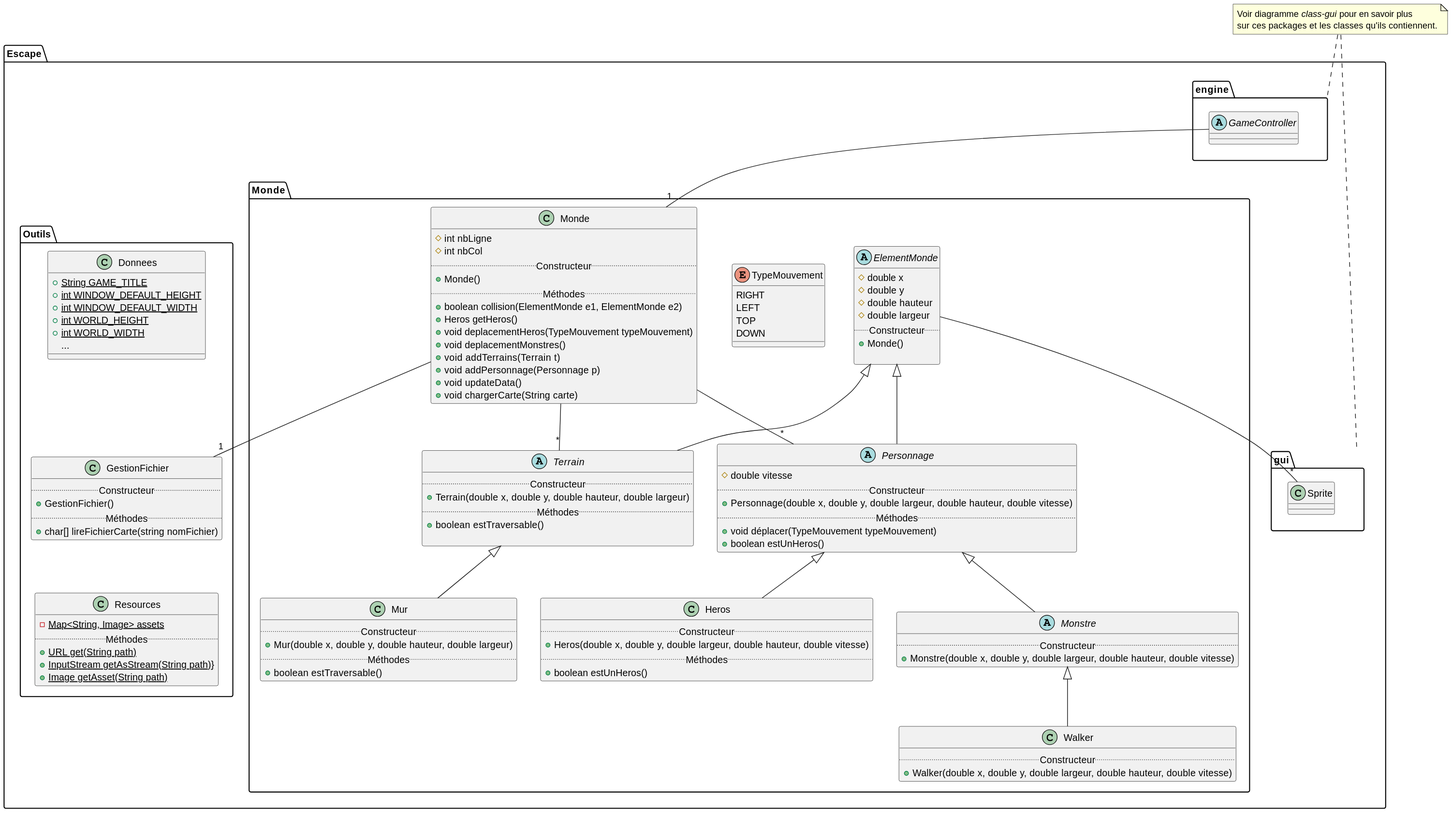
Earlier version of the PlantUML export docs/uml/class-diagram.svg (victord54/escape).
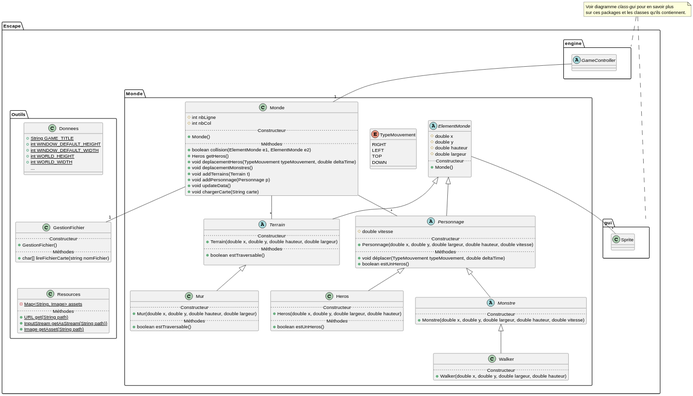
The same diagram one commit later.

Commit message:
changements diagramme de classe

The edit, as a diff of the source:
```diff
@@ -32,7 +32,7 @@
       ..Constructeur..
       + Personnage(double x, double y, double largeur, double hauteur, double vitesse)
       ..Méthodes..
-      + void déplacer(TypeMouvement typeMouvement)
+      + void déplacer(TypeMouvement typeMouvement, double deltaTime)
       + boolean estUnHeros()
     }
 
@@ -45,7 +45,7 @@
 
     class Heros {
       ..Constructeur..
-      + Heros(double x, double y, double largeur, double hauteur, double vitesse)
+      + Heros(double x, double y, double largeur, double hauteur)
       ..Méthodes..
       + boolean estUnHeros()
     }
@@ -57,7 +57,7 @@
 
     class Walker {
       ..Constructeur..
-      + Walker(double x, double y, double largeur, double hauteur, double vitesse)
+      + Walker(double x, double y, double largeur, double hauteur)
     }
 
     class Monde {
@@ -68,7 +68,7 @@
       ..Méthodes..
       + boolean collision(ElementMonde e1, ElementMonde e2)
       + Heros getHeros()
-      + void deplacementHeros(TypeMouvement typeMouvement)
+      + void deplacementHeros(TypeMouvement typeMouvement, double deltaTime)
       + void deplacementMonstres()
       + void addTerrains(Terrain t)
       + void addPersonnage(Personnage p)
```
